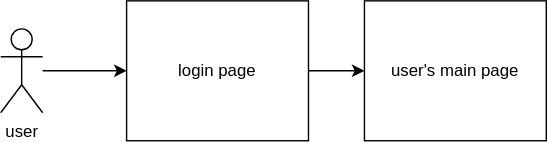
Earlier version of the draw.io export Drawio/2.2.2.drawio.svg (CCCpeggy/Reservatio-system). Source tidied: cells renumbered, new cells last; positions are measured from the earlier drawing's top-left corner, leaving out a move shared by most shapes.
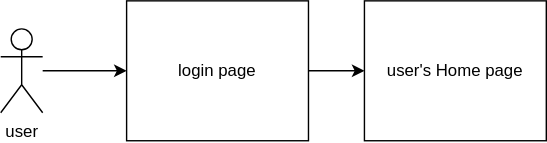
Later version of the same file.

Change to the diagram source:
```diff
@@ -14,7 +14,7 @@
     <mxCell id="5" value="user" style="shape=umlActor;verticalLabelPosition=bottom;verticalAlign=top;html=1;outlineConnect=0;" parent="1" vertex="1">
       <mxGeometry y="20" width="30" height="60" as="geometry" />
     </mxCell>
-    <mxCell id="6" value="user's main page" style="rounded=0;whiteSpace=wrap;html=1;verticalAlign=middle;" parent="1" vertex="1">
+    <mxCell id="6" value="user's Home page" style="rounded=0;whiteSpace=wrap;html=1;verticalAlign=middle;" parent="1" vertex="1">
       <mxGeometry x="260" width="130" height="100" as="geometry" />
     </mxCell>
   </root>
```
